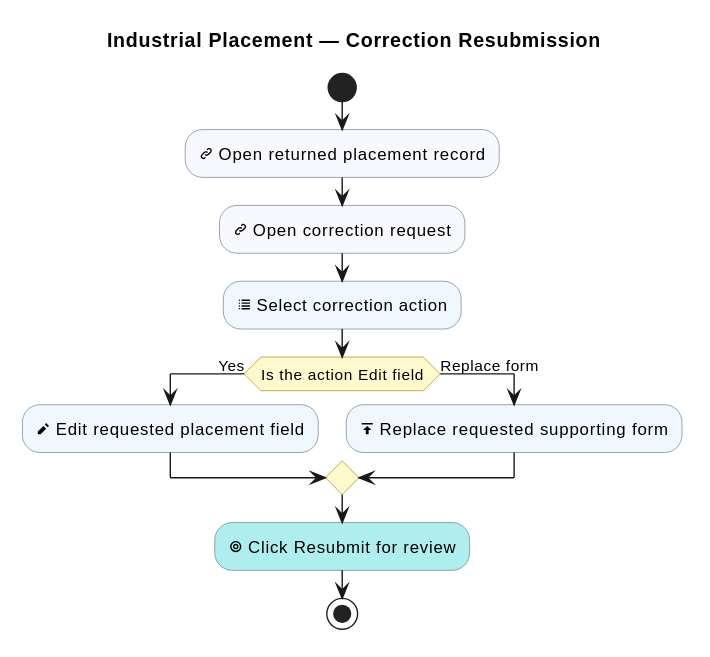
Above: industrial-placement-group-project/diagrams/industrial-placement/correction-resubmission.svg in sdflkjssl/sdflkjssl.github.io (PlantUML), before the change.
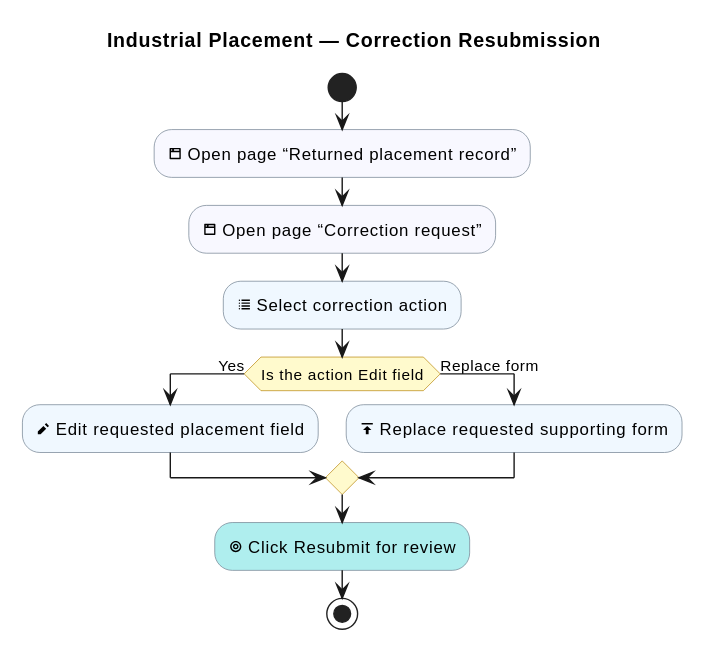
After the commit.

Change to the diagram source:
```diff
@@ -10,8 +10,8 @@
 |Student|
 
 start
-:<&link-intact> Open returned placement record; <<#GhostWhite>>
-:<&link-intact> Open correction request; <<#GhostWhite>>
+:<&browser> Open page “Returned placement record”; <<#GhostWhite>>
+:<&browser> Open page “Correction request”; <<#GhostWhite>>
 :<&list> Select correction action; <<#AliceBlue>>
 if (Is the action Edit field) then (Yes)
   :<&pencil> Edit requested placement field; <<#AliceBlue>>
```
